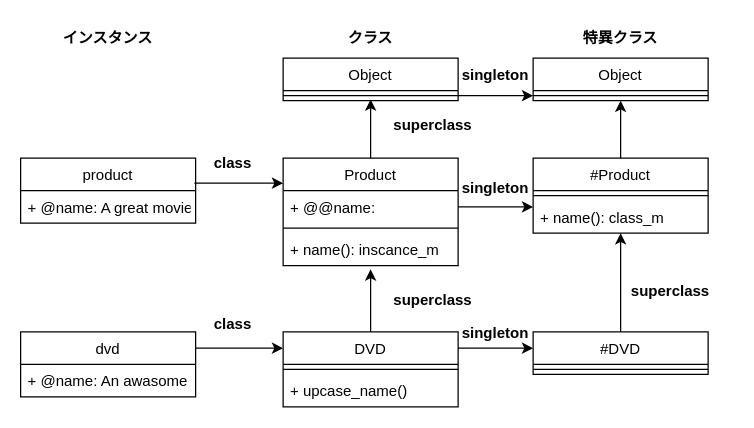
Above: images/class_variable.drawio in fumtas1k/cherry_book_7 (draw.io), before the change. Source tidied: cells renumbered, new cells numbered last; positions are measured from the earlier drawing's top-left corner, leaving out a move shared by most shapes. Both pictures are drawn from the tidied source at 125%, with x=0, y=0 at pixel (20, 20).
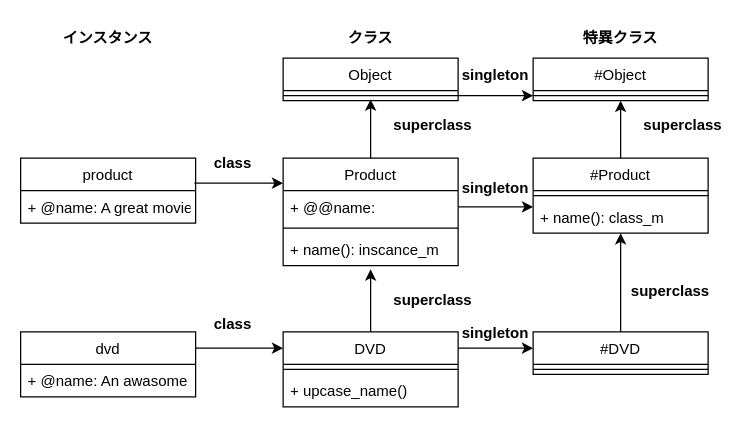
Above is the later version.

The edit, as a diff of the source:
```diff
@@
-    <mxCell id="38" value="Object" style="swimlane;fontStyle=0;horizontal=1;startSize=26;fillColor=none;" parent="1" vertex="1">
+    <mxCell id="38" value="#Object" style="swimlane;fontStyle=0;horizontal=1;startSize=26;fillColor=none;" parent="1" vertex="1">
       <mxGeometry x="410" y="30" width="140" height="34" as="geometry" />
     </mxCell>
@@
+    <mxCell id="42" value="superclass" style="text;align=center;fontStyle=1;verticalAlign=middle;spacingLeft=3;spacingRight=3;strokeColor=none;" parent="1" vertex="1">
+      <mxGeometry x="490" y="70" width="80" height="26" as="geometry" />
+    </mxCell>
```
